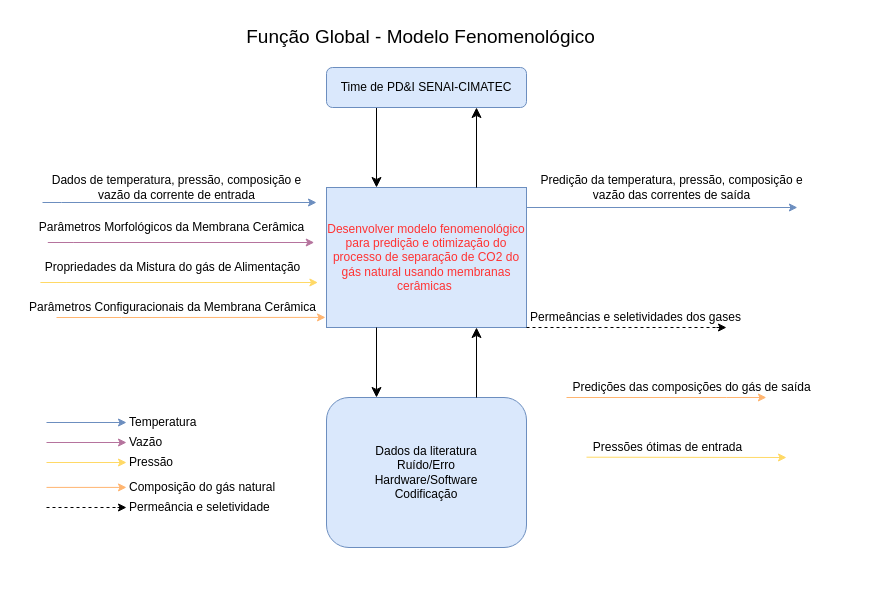
Above: funcao_global.drawio in igcampos/Mestrado (draw.io), before the change. Source tidied: cells renumbered, new cells numbered last; positions are measured from the earlier drawing's top-left corner, leaving out a move shared by most shapes. Both pictures are drawn from the tidied source at 100%, with x=0, y=0 at pixel (17, 17).
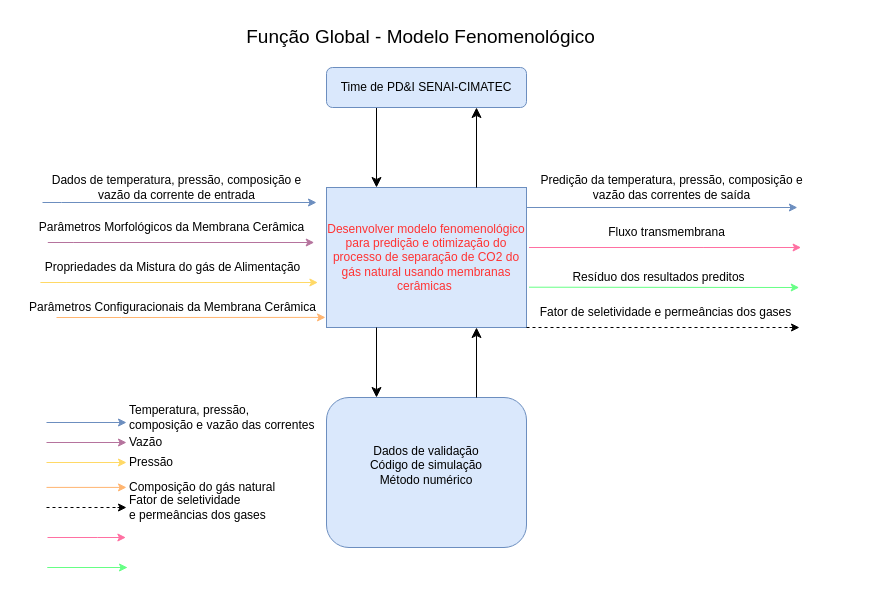
Above is the later version.

Diff of the diagram source:
```diff
@@
-    <mxCell id="5" value="&lt;div&gt;&lt;span style=&quot;background-color: initial;&quot;&gt;Dados da literatura&lt;/span&gt;&lt;br&gt;&lt;/div&gt;&lt;div&gt;&lt;span&gt;Ruído/Erro&lt;br&gt;Hardware/Software&lt;br&gt;Codificação&lt;/span&gt;&lt;/div&gt;" style="rounded=1;whiteSpace=wrap;html=1;fontSize=12;glass=0;strokeWidth=1;shadow=0;fillColor=#dae8fc;strokeColor=#6c8ebf;" parent="1" vertex="1">
+    <mxCell id="5" value="&lt;div&gt;Dados de validação&lt;/div&gt;&lt;div&gt;Código de simulação&lt;/div&gt;&lt;div&gt;Método numérico&lt;/div&gt;&lt;div&gt;&lt;br&gt;&lt;/div&gt;" style="rounded=1;whiteSpace=wrap;html=1;fontSize=12;glass=0;strokeWidth=1;shadow=0;fillColor=#dae8fc;strokeColor=#6c8ebf;" parent="1" vertex="1">
       <mxGeometry x="309" y="380" width="200" height="150" as="geometry" />
     </mxCell>
@@
     <mxCell id="17" style="group;" parent="1" vertex="1">
-      <mxGeometry x="549" y="360" width="255" height="25" as="geometry" />
+      <mxGeometry x="511.5" y="210" width="277.5" height="25" as="geometry" />
     </mxCell>
-    <mxCell id="18" value="Predições das composições do gás de saída" style="text;html=1;align=center;verticalAlign=middle;points=[];strokeColor=none;fillColor=none;" parent="17" vertex="1">
-      <mxGeometry x="-5" y="-5" width="260" height="30" as="geometry" />
-    </mxCell>
-    <mxCell id="19" style="edgeStyle=orthogonalEdgeStyle;rounded=0;jettySize=auto;html=1;fillColor=#dae8fc;strokeColor=#FFB570;entryX=0.788;entryY=0.833;entryDx=0;entryDy=0;entryPerimeter=0;" parent="17" edge="1" target="18">
+    <mxCell id="19" style="edgeStyle=orthogonalEdgeStyle;rounded=0;orthogonalLoop=1;jettySize=auto;html=1;fillColor=#dae8fc;strokeColor=#ff70a2;" parent="17" edge="1">
       <mxGeometry relative="1" as="geometry">
         <mxPoint y="20" as="sourcePoint" />
+        <mxPoint x="272.1" y="20" as="targetPoint" />
         <Array as="points">
-          <mxPoint x="160" y="20" />
-          <mxPoint x="160" y="20" />
+          <mxPoint x="174.1" y="20" />
+          <mxPoint x="174.1" y="20" />
         </Array>
       </mxGeometry>
     </mxCell>
     <mxCell id="20" style="group;" parent="1" vertex="1">
-      <mxGeometry x="509" y="170" width="340" height="30" as="geometry" />
+      <mxGeometry x="509" y="170" width="340" height="60" as="geometry" />
     </mxCell>
@@
+    <mxCell id="18" value="Fluxo transmembrana" style="text;html=1;align=center;verticalAlign=middle;points=[];strokeColor=none;fillColor=none;" parent="20" vertex="1">
+      <mxGeometry x="70" y="30" width="140" height="30" as="geometry" />
+    </mxCell>
     <mxCell id="22" style="group;" parent="1" vertex="1">
-      <mxGeometry x="513" y="290" width="251" height="25" as="geometry" />
+      <mxGeometry x="543" y="285" width="256" height="25" as="geometry" />
     </mxCell>
-    <mxCell id="23" value="Permeâncias e seletividades dos gases" style="text;html=1;align=center;verticalAlign=middle;strokeColor=none;fillColor=none;" parent="22" vertex="1">
-      <mxGeometry x="-10" y="-5" width="230" height="30" as="geometry" />
+    <mxCell id="23" value="Fator de seletividade e permeâncias dos gases" style="text;html=1;align=center;verticalAlign=middle;strokeColor=none;fillColor=none;" parent="22" vertex="1">
+      <mxGeometry x="-30.2" y="-5" width="270" height="30" as="geometry" />
     </mxCell>
@@
-    <mxCell id="30" value="&lt;div align=&quot;left&quot;&gt;Temperatura&lt;/div&gt;" style="text;html=1;align=left;verticalAlign=middle;strokeColor=none;fillColor=none;" parent="1" vertex="1">
-      <mxGeometry x="110" y="390" width="90" height="30" as="geometry" />
+    <mxCell id="30" value="&lt;div align=&quot;left&quot;&gt;Temperatura, pressão,&amp;nbsp;&lt;/div&gt;&lt;div align=&quot;left&quot;&gt;composição e&amp;nbsp;&lt;span style=&quot;text-align: center;&quot;&gt;vazão das correntes&amp;nbsp;&lt;/span&gt;&lt;br&gt;&lt;/div&gt;" style="text;html=1;align=left;verticalAlign=middle;strokeColor=none;fillColor=none;" parent="1" vertex="1">
+      <mxGeometry x="110" y="380" width="210" height="40" as="geometry" />
     </mxCell>
@@
     <mxCell id="32" style="group;" parent="1" vertex="1">
-      <mxGeometry x="509" y="310" width="180" as="geometry" />
+      <mxGeometry x="509" y="310" width="250" as="geometry" />
     </mxCell>
     <mxCell id="33" style="endArrow=none;dashed=1;html=1;rounded=0;shadow=0;strokeColor=#000000;fillColor=#9933FF;" parent="32" edge="1">
       <mxGeometry relative="1" as="geometry">
         <mxPoint as="sourcePoint" />
-        <mxPoint x="190" as="targetPoint" />
+        <mxPoint x="263.9" as="targetPoint" />
       </mxGeometry>
     </mxCell>
     <mxCell id="34" style="group;" parent="1" vertex="1">
-      <mxGeometry x="569" y="420" width="161" height="25" as="geometry" />
+      <mxGeometry x="511.5" y="250" width="217.5" height="25" as="geometry" />
     </mxCell>
-    <mxCell id="35" value="Pressões ótimas de entrada" style="text;html=1;align=center;verticalAlign=middle;strokeColor=none;fillColor=none;" parent="34" vertex="1">
-      <mxGeometry x="-4.5" y="-5" width="170" height="30" as="geometry" />
-    </mxCell>
-    <mxCell id="36" style="edgeStyle=orthogonalEdgeStyle;rounded=0;orthogonalLoop=1;jettySize=auto;html=1;fillColor=#dae8fc;strokeColor=#FFD966;" parent="34" edge="1">
+    <mxCell id="36" style="edgeStyle=orthogonalEdgeStyle;rounded=0;orthogonalLoop=1;jettySize=auto;html=1;fillColor=#dae8fc;strokeColor=#66ff85;" parent="34" edge="1">
       <mxGeometry relative="1" as="geometry">
         <mxPoint y="19.7" as="sourcePoint" />
-        <mxPoint x="200" y="20" as="targetPoint" />
+        <mxPoint x="270.2" y="20" as="targetPoint" />
         <Array as="points">
           <mxPoint y="19.7" />
         </Array>
       </mxGeometry>
     </mxCell>
-    <mxCell id="37" value="Permeância e seletividade" style="text;html=1;align=left;verticalAlign=middle;strokeColor=none;fillColor=none;" parent="1" vertex="1">
-      <mxGeometry x="110" y="475" width="160" height="30" as="geometry" />
+    <mxCell id="37" value="Fator de seletividade &lt;br&gt;e permeâncias dos gases" style="text;html=1;align=left;verticalAlign=middle;strokeColor=none;fillColor=none;" parent="1" vertex="1">
+      <mxGeometry x="110" y="470" width="160" height="40" as="geometry" />
     </mxCell>
@@
     <mxCell id="43" style="endArrow=classic;html=1;rounded=0;shadow=0;strokeColor=#000000;fillColor=#9933FF;" parent="1" edge="1">
       <mxGeometry relative="1" as="geometry">
-        <mxPoint x="699" y="310" as="sourcePoint" />
-        <mxPoint x="709" y="310" as="targetPoint" />
+        <mxPoint x="772" y="310" as="sourcePoint" />
+        <mxPoint x="782" y="310" as="targetPoint" />
         <Array as="points">
-          <mxPoint x="709" y="310" />
+          <mxPoint x="782" y="310" />
         </Array>
       </mxGeometry>
     </mxCell>
@@
+    <mxCell id="47" style="group;" parent="1" vertex="1">
+      <mxGeometry x="30" y="500" width="80" height="25" as="geometry" />
+    </mxCell>
+    <mxCell id="48" style="edgeStyle=orthogonalEdgeStyle;rounded=0;orthogonalLoop=1;jettySize=auto;html=1;fillColor=#dae8fc;strokeColor=#ff70a2;" parent="47" edge="1">
+      <mxGeometry relative="1" as="geometry">
+        <mxPoint y="20" as="sourcePoint" />
+        <mxPoint x="78.4" y="20" as="targetPoint" />
+        <Array as="points">
+          <mxPoint x="50.2" y="20" />
+          <mxPoint x="50.2" y="20" />
+        </Array>
+      </mxGeometry>
+    </mxCell>
+    <mxCell id="35" value="Resíduo dos resultados preditos" style="text;html=1;align=center;verticalAlign=middle;strokeColor=none;fillColor=none;" parent="1" vertex="1">
+      <mxGeometry x="541" y="245" width="200" height="30" as="geometry" />
+    </mxCell>
+    <mxCell id="49" style="edgeStyle=orthogonalEdgeStyle;rounded=0;orthogonalLoop=1;jettySize=auto;html=1;fillColor=#dae8fc;strokeColor=#66ff85;" parent="1" edge="1">
+      <mxGeometry relative="1" as="geometry">
+        <mxPoint x="109" y="550" as="sourcePoint" />
+        <mxPoint x="110" y="550" as="targetPoint" />
+        <Array as="points">
+          <mxPoint x="30" y="550" />
+        </Array>
+      </mxGeometry>
+    </mxCell>
```
